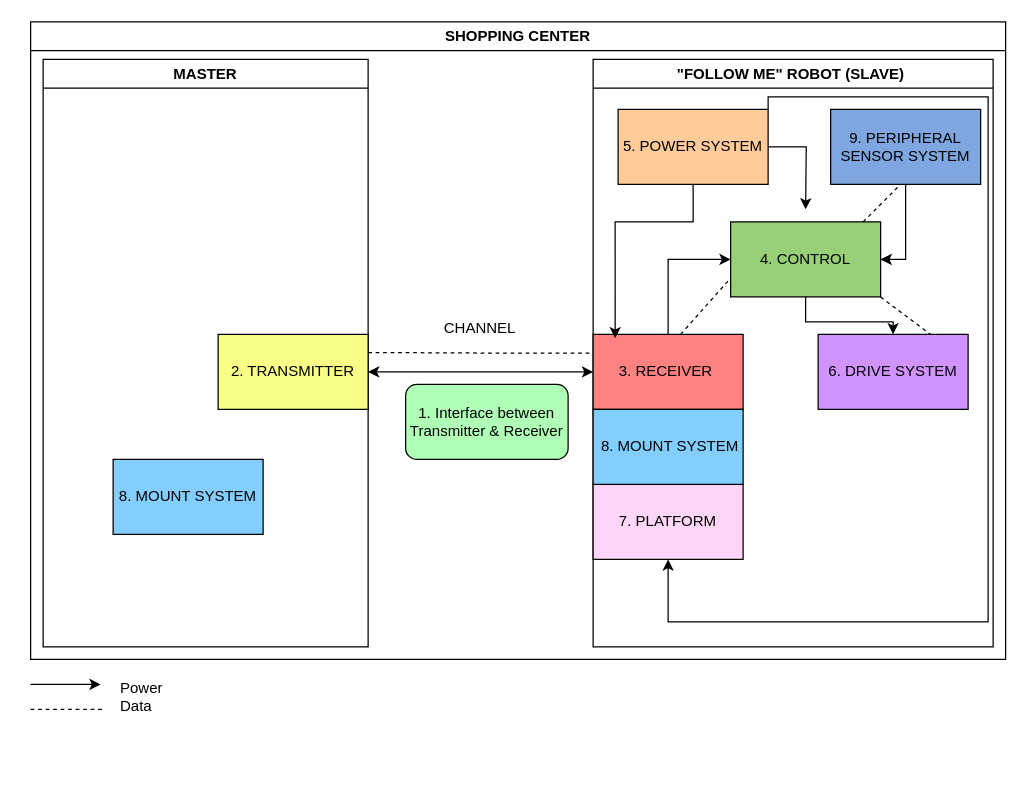
Above: page "Page-1" (1 of 3) of diagrams/blockdiagramdesign.drawio in BowieJames/FollowMe (draw.io), before the change. Source tidied: cells renumbered, new cells numbered last; positions are measured from the earlier drawing's top-left corner, leaving out a move shared by most shapes. Both pictures are drawn from the tidied source at 125%, with x=0, y=0 at pixel (30, 21).
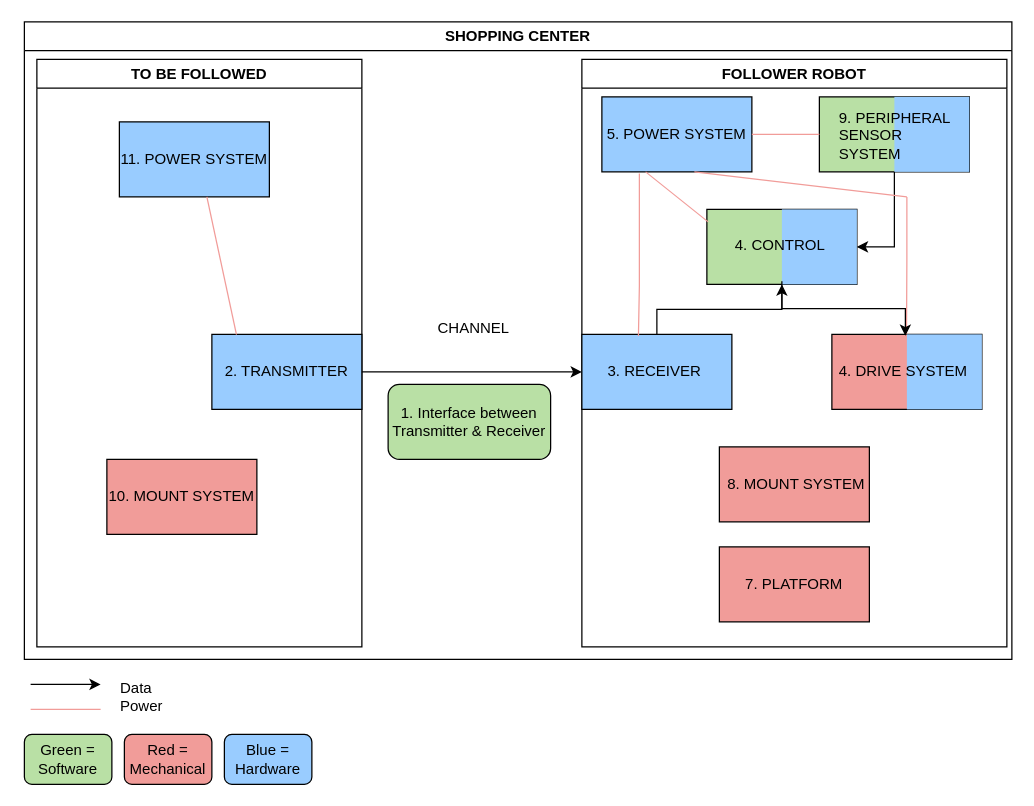
After the change.

Diff of the diagram source:
```diff
@@
-    <mxCell id="2" value="SHOPPING CENTER" style="swimlane;whiteSpace=wrap;html=1;" parent="1" vertex="1">
-      <mxGeometry width="780" height="510" as="geometry" />
+    <mxCell id="2" value="SHOPPING CENTER" style="swimlane;whiteSpace=wrap;html=1;fillColor=#FFFFFF;" parent="1" vertex="1">
+      <mxGeometry x="-5" width="790" height="510" as="geometry" />
     </mxCell>
-    <mxCell id="3" value="MASTER" style="swimlane;whiteSpace=wrap;html=1;startSize=23;" parent="2" vertex="1">
+    <mxCell id="3" value="TO BE FOLLOWED" style="swimlane;whiteSpace=wrap;html=1;startSize=23;fillColor=#FFFFFF;" parent="2" vertex="1">
       <mxGeometry x="10" y="30" width="260" height="470" as="geometry" />
     </mxCell>
-    <mxCell id="4" value="2. TRANSMITTER" style="rounded=0;whiteSpace=wrap;html=1;fillColor=#F9FF84;" parent="3" vertex="1">
+    <mxCell id="4" value="2. TRANSMITTER" style="rounded=0;whiteSpace=wrap;html=1;fillColor=#99CCFF;" parent="3" vertex="1">
       <mxGeometry x="140" y="220" width="120" height="60" as="geometry" />
     </mxCell>
-    <mxCell id="5" value="8. MOUNT SYSTEM" style="rounded=0;whiteSpace=wrap;html=1;fillColor=#82CEFF;" parent="3" vertex="1">
+    <mxCell id="5" value="10. MOUNT SYSTEM" style="rounded=0;whiteSpace=wrap;html=1;fillColor=#F19C99;" parent="3" vertex="1">
       <mxGeometry x="56" y="320" width="120" height="60" as="geometry" />
     </mxCell>
+    <mxCell id="30" style="endArrow=classic;html=1;rounded=0;entryX=0;entryY=0.5;entryDx=0;entryDy=0;" parent="3" edge="1" target="8">
+      <mxGeometry relative="1" as="geometry">
+        <mxPoint x="260" y="250" as="sourcePoint" />
+      </mxGeometry>
+    </mxCell>
+    <mxCell id="31" value="11. POWER SYSTEM" style="rounded=0;whiteSpace=wrap;html=1;fillColor=#99CCFF;" parent="3" vertex="1">
+      <mxGeometry x="66" y="50" width="120" height="60" as="geometry" />
+    </mxCell>
+    <mxCell id="32" style="endArrow=none;html=1;rounded=0;fillColor=#F19C99;strokeColor=#F19C99;exitX=0.376;exitY=1.062;exitDx=0;exitDy=0;exitPerimeter=0;entryX=0.164;entryY=0.003;entryDx=0;entryDy=0;entryPerimeter=0;" parent="3" edge="1" target="4">
+      <mxGeometry relative="1" as="geometry">
+        <mxPoint x="136" y="110" as="sourcePoint" />
+      </mxGeometry>
+    </mxCell>
-    <mxCell id="6" value="&quot;FOLLOW ME&quot; ROBOT (SLAVE)&amp;nbsp;" style="swimlane;whiteSpace=wrap;html=1;" parent="2" vertex="1">
-      <mxGeometry x="450" y="30" width="320" height="470" as="geometry" />
+    <mxCell id="6" value="FOLLOWER ROBOT" style="swimlane;whiteSpace=wrap;html=1;fillColor=none;" parent="2" vertex="1">
+      <mxGeometry x="446" y="30" width="340" height="470" as="geometry" />
     </mxCell>
-    <mxCell id="7" style="edgeStyle=orthogonalEdgeStyle;rounded=0;jettySize=auto;html=1;entryX=0;entryY=0.5;entryDx=0;entryDy=0;" parent="6" edge="1" source="8" target="10">
+    <mxCell id="7" style="edgeStyle=orthogonalEdgeStyle;rounded=0;jettySize=auto;html=1;entryX=0.5;entryY=1;entryDx=0;entryDy=0;" parent="6" edge="1" source="8" target="10">
       <mxGeometry relative="1" as="geometry" />
     </mxCell>
-    <mxCell id="8" value="3. RECEIVER&amp;nbsp;" style="rounded=0;whiteSpace=wrap;html=1;fillColor=#FF8282;" parent="6" vertex="1">
+    <mxCell id="8" value="3. RECEIVER&amp;nbsp;" style="rounded=0;whiteSpace=wrap;html=1;fillColor=#99CCFF;" parent="6" vertex="1">
       <mxGeometry y="220" width="120" height="60" as="geometry" />
     </mxCell>
-    <mxCell id="9" style="edgeStyle=orthogonalEdgeStyle;rounded=0;jettySize=auto;html=1;entryX=0.5;entryY=0;entryDx=0;entryDy=0;" parent="6" edge="1" source="10" target="17">
-      <mxGeometry relative="1" as="geometry" />
-    </mxCell>
-    <mxCell id="10" value="4. CONTROL" style="rounded=0;whiteSpace=wrap;html=1;fillColor=#97D077;" parent="6" vertex="1">
-      <mxGeometry x="110" y="130" width="120" height="60" as="geometry" />
+    <mxCell id="10" style="rounded=0;whiteSpace=wrap;html=1;fillColor=#B9E0A5;" parent="6" vertex="1">
+      <mxGeometry x="100" y="120" width="120" height="60" as="geometry" />
     </mxCell>
-    <mxCell id="11" style="edgeStyle=orthogonalEdgeStyle;rounded=0;jettySize=auto;html=1;" parent="6" edge="1" source="13">
-      <mxGeometry relative="1" as="geometry">
-        <mxPoint x="170" y="120" as="targetPoint" />
-      </mxGeometry>
-    </mxCell>
-    <mxCell id="12" style="edgeStyle=orthogonalEdgeStyle;rounded=0;jettySize=auto;html=1;exitX=1;exitY=0;exitDx=0;exitDy=0;" parent="6" edge="1" source="13" target="15">
-      <mxGeometry relative="1" as="geometry">
-        <Array as="points">
-          <mxPoint x="140" y="30" />
-          <mxPoint x="316" y="30" />
-          <mxPoint x="316" y="450" />
-          <mxPoint x="60" y="450" />
-        </Array>
-      </mxGeometry>
-    </mxCell>
-    <mxCell id="13" value="5. POWER SYSTEM" style="rounded=0;whiteSpace=wrap;html=1;fillColor=#FFCC99;" parent="6" vertex="1">
-      <mxGeometry x="20" y="40" width="120" height="60" as="geometry" />
+    <mxCell id="13" value="5. POWER SYSTEM" style="rounded=0;whiteSpace=wrap;html=1;fillColor=#99CCFF;" parent="6" vertex="1">
+      <mxGeometry x="16" y="30" width="120" height="60" as="geometry" />
     </mxCell>
-    <mxCell id="14" style="edgeStyle=orthogonalEdgeStyle;rounded=0;jettySize=auto;html=1;entryX=0.147;entryY=0.053;entryDx=0;entryDy=0;entryPerimeter=0;" parent="6" edge="1" source="13" target="8">
-      <mxGeometry relative="1" as="geometry">
-        <Array as="points">
-          <mxPoint x="80" y="130" />
-          <mxPoint x="18" y="130" />
-        </Array>
-      </mxGeometry>
-    </mxCell>
-    <mxCell id="15" value="7. PLATFORM" style="rounded=0;whiteSpace=wrap;html=1;fillColor=#FFD6F7;" parent="6" vertex="1">
-      <mxGeometry y="340" width="120" height="60" as="geometry" />
+    <mxCell id="15" value="7. PLATFORM" style="rounded=0;whiteSpace=wrap;html=1;fillColor=#F19C99;" parent="6" vertex="1">
+      <mxGeometry x="110" y="390" width="120" height="60" as="geometry" />
     </mxCell>
-    <mxCell id="16" value="&amp;nbsp;8. MOUNT SYSTEM" style="rounded=0;whiteSpace=wrap;html=1;fillColor=#82CEFF;" parent="6" vertex="1">
-      <mxGeometry y="280" width="120" height="60" as="geometry" />
+    <mxCell id="16" value="&amp;nbsp;8. MOUNT SYSTEM" style="rounded=0;whiteSpace=wrap;html=1;fillColor=#F19C99;" parent="6" vertex="1">
+      <mxGeometry x="110" y="310" width="120" height="60" as="geometry" />
     </mxCell>
-    <mxCell id="17" value="6. DRIVE SYSTEM" style="rounded=0;whiteSpace=wrap;html=1;fillColor=#D194FF;" parent="6" vertex="1">
-      <mxGeometry x="180" y="220" width="120" height="60" as="geometry" />
+    <mxCell id="17" style="rounded=0;whiteSpace=wrap;html=1;fillColor=#F19C99;" parent="6" vertex="1">
+      <mxGeometry x="200" y="220" width="120" height="60" as="geometry" />
     </mxCell>
-    <mxCell id="18" style="edgeStyle=orthogonalEdgeStyle;rounded=0;jettySize=auto;html=1;entryX=1;entryY=0.5;entryDx=0;entryDy=0;" parent="6" edge="1" source="19" target="10">
-      <mxGeometry relative="1" as="geometry" />
-    </mxCell>
+    <mxCell id="33" style="edgeStyle=orthogonalEdgeStyle;rounded=0;jettySize=auto;html=1;entryX=1;entryY=0.5;entryDx=0;entryDy=0;" parent="6" edge="1" source="19" target="42">
+      <mxGeometry relative="1" as="geometry" />
+    </mxCell>
-    <mxCell id="19" value="9. PERIPHERAL SENSOR SYSTEM" style="rounded=0;whiteSpace=wrap;html=1;fillColor=#7EA6E0;" parent="6" vertex="1">
-      <mxGeometry x="190" y="40" width="120" height="60" as="geometry" />
+    <mxCell id="19" style="rounded=0;whiteSpace=wrap;html=1;fillColor=#B9E0A5;" parent="6" vertex="1">
+      <mxGeometry x="190" y="30" width="120" height="60" as="geometry" />
     </mxCell>
-    <mxCell id="20" style="endArrow=none;dashed=1;html=1;rounded=0;entryX=0;entryY=0.75;entryDx=0;entryDy=0;" parent="6" edge="1" target="10">
-      <mxGeometry relative="1" as="geometry">
-        <mxPoint x="70" y="220" as="sourcePoint" />
-      </mxGeometry>
-    </mxCell>
-    <mxCell id="21" style="endArrow=none;dashed=1;html=1;rounded=0;" parent="6" edge="1">
-      <mxGeometry relative="1" as="geometry">
-        <mxPoint x="216" y="130" as="sourcePoint" />
-        <mxPoint x="246" y="100" as="targetPoint" />
-      </mxGeometry>
-    </mxCell>
-    <mxCell id="22" style="endArrow=none;dashed=1;html=1;rounded=0;entryX=0.75;entryY=0;entryDx=0;entryDy=0;" parent="6" edge="1" target="17">
-      <mxGeometry relative="1" as="geometry">
-        <mxPoint x="230" y="190" as="sourcePoint" />
-      </mxGeometry>
-    </mxCell>
+    <mxCell id="34" style="endArrow=none;html=1;rounded=0;fillColor=#F19C99;strokeColor=#F19C99;" parent="6" edge="1">
+      <mxGeometry relative="1" as="geometry">
+        <mxPoint x="51" y="90" as="sourcePoint" />
+        <mxPoint x="101" y="130" as="targetPoint" />
+      </mxGeometry>
+    </mxCell>
+    <mxCell id="35" style="endArrow=none;html=1;rounded=0;fillColor=#F19C99;strokeColor=#F19C99;entryX=0;entryY=0.5;entryDx=0;entryDy=0;" parent="6" edge="1" target="19">
+      <mxGeometry relative="1" as="geometry">
+        <mxPoint x="136" y="60" as="sourcePoint" />
+      </mxGeometry>
+    </mxCell>
+    <mxCell id="36" style="endArrow=none;html=1;rounded=0;fillColor=#F19C99;strokeColor=#F19C99;exitX=0.25;exitY=1;exitDx=0;exitDy=0;entryX=0.377;entryY=0.022;entryDx=0;entryDy=0;entryPerimeter=0;" parent="6" edge="1" target="8">
+      <mxGeometry relative="1" as="geometry">
+        <mxPoint x="46" y="91.2" as="sourcePoint" />
+        <Array as="points">
+          <mxPoint x="46" y="181.2" />
+        </Array>
+      </mxGeometry>
+    </mxCell>
+    <mxCell id="37" style="endArrow=none;html=1;rounded=0;fillColor=#F19C99;strokeColor=#F19C99;" parent="6" edge="1">
+      <mxGeometry relative="1" as="geometry">
+        <mxPoint x="259.7" y="220" as="sourcePoint" />
+        <mxPoint x="260" y="110" as="targetPoint" />
+        <Array as="points">
+          <mxPoint x="260" y="160" />
+        </Array>
+      </mxGeometry>
+    </mxCell>
+    <mxCell id="38" style="endArrow=none;html=1;rounded=0;fillColor=#F19C99;strokeColor=#F19C99;" parent="6" edge="1">
+      <mxGeometry relative="1" as="geometry">
+        <mxPoint x="90" y="90" as="sourcePoint" />
+        <mxPoint x="260" y="110" as="targetPoint" />
+      </mxGeometry>
+    </mxCell>
+    <mxCell id="39" style="rounded=0;whiteSpace=wrap;html=1;fillColor=#99CCFF;shadow=0;strokeColor=none;" parent="6" vertex="1">
+      <mxGeometry x="250" y="30" width="60" height="60" as="geometry" />
+    </mxCell>
+    <mxCell id="40" value="&lt;span style=&quot;text-align: center;&quot;&gt;9. PERIPHERAL SENSOR SYSTEM&lt;/span&gt;" style="text;strokeColor=none;fillColor=none;align=left;verticalAlign=middle;spacingLeft=4;spacingRight=4;overflow=hidden;whiteSpace=wrap;html=1;" parent="6" vertex="1">
+      <mxGeometry x="200" y="37.5" width="100" height="45" as="geometry" />
+    </mxCell>
+    <mxCell id="41" style="rounded=0;whiteSpace=wrap;html=1;fillColor=#99CCFF;strokeColor=none;" parent="6" vertex="1">
+      <mxGeometry x="260" y="220" width="60" height="60" as="geometry" />
+    </mxCell>
+    <mxCell id="42" style="rounded=0;whiteSpace=wrap;html=1;fillColor=#99CCFF;strokeColor=none;" parent="6" vertex="1">
+      <mxGeometry x="160" y="120" width="60" height="60" as="geometry" />
+    </mxCell>
+    <mxCell id="43" style="edgeStyle=orthogonalEdgeStyle;rounded=0;jettySize=auto;html=1;" parent="6" edge="1" source="44" target="45">
+      <mxGeometry relative="1" as="geometry" />
+    </mxCell>
+    <mxCell id="44" value="4. CONTROL&amp;nbsp;" style="text;html=1;align=center;verticalAlign=middle;whiteSpace=wrap;rounded=0;" parent="6" vertex="1">
+      <mxGeometry x="112.5" y="120" width="95" height="57.5" as="geometry" />
+    </mxCell>
+    <mxCell id="45" value="4. DRIVE SYSTEM&amp;nbsp;" style="text;html=1;align=center;verticalAlign=middle;whiteSpace=wrap;rounded=0;" parent="6" vertex="1">
+      <mxGeometry x="200" y="221.2" width="117.5" height="57.5" as="geometry" />
+    </mxCell>
@@
-    <mxCell id="24" style="endArrow=classic;startArrow=classic;html=1;rounded=0;entryX=0;entryY=0.5;entryDx=0;entryDy=0;" parent="2" edge="1" target="8">
-      <mxGeometry relative="1" as="geometry">
-        <mxPoint x="270" y="280" as="sourcePoint" />
-      </mxGeometry>
-    </mxCell>
-    <mxCell id="25" value="1. Interface between Transmitter &amp;amp; Receiver" style="rounded=1;whiteSpace=wrap;html=1;fillColor=#AFFFB6;" parent="2" vertex="1">
-      <mxGeometry x="300" y="290" width="130" height="60" as="geometry" />
+    <mxCell id="25" value="1. Interface between Transmitter &amp;amp; Receiver" style="rounded=1;whiteSpace=wrap;html=1;fillColor=#B9E0A5;" parent="2" vertex="1">
+      <mxGeometry x="291" y="290" width="130" height="60" as="geometry" />
     </mxCell>
-    <mxCell id="26" style="endArrow=none;dashed=1;html=1;rounded=0;entryX=0;entryY=0.25;entryDx=0;entryDy=0;" parent="2" edge="1" target="8">
-      <mxGeometry relative="1" as="geometry">
-        <mxPoint x="270" y="264.5" as="sourcePoint" />
-        <Array as="points">
-          <mxPoint x="376" y="265" />
-        </Array>
-      </mxGeometry>
-    </mxCell>
@@
-    <mxCell id="28" style="endArrow=none;dashed=1;html=1;rounded=0;" parent="1" edge="1">
-      <mxGeometry relative="1" as="geometry">
-        <mxPoint y="550" as="sourcePoint" />
-        <mxPoint x="60" y="550" as="targetPoint" />
-      </mxGeometry>
-    </mxCell>
-    <mxCell id="29" value="Power&lt;div&gt;&lt;div&gt;&lt;span style=&quot;background-color: transparent; color: light-dark(rgb(0, 0, 0), rgb(255, 255, 255));&quot;&gt;Data&lt;/span&gt;&lt;/div&gt;&lt;/div&gt;" style="text;strokeColor=none;fillColor=none;align=left;verticalAlign=middle;spacingLeft=4;spacingRight=4;overflow=hidden;whiteSpace=wrap;html=1;" parent="1" vertex="1">
+    <mxCell id="29" value="Data&lt;div&gt;Power&lt;/div&gt;" style="text;strokeColor=none;fillColor=none;align=left;verticalAlign=middle;spacingLeft=4;spacingRight=4;overflow=hidden;whiteSpace=wrap;html=1;" parent="1" vertex="1">
       <mxGeometry x="66" y="520" width="60" height="40" as="geometry" />
     </mxCell>
+    <mxCell id="46" value="Green = Software" style="rounded=1;whiteSpace=wrap;html=1;fillColor=#B9E0A5;" parent="1" vertex="1">
+      <mxGeometry x="-5" y="570" width="70" height="40" as="geometry" />
+    </mxCell>
+    <mxCell id="47" value="Red = Mechanical" style="rounded=1;whiteSpace=wrap;html=1;fillColor=#F19C99;" parent="1" vertex="1">
+      <mxGeometry x="75" y="570" width="70" height="40" as="geometry" />
+    </mxCell>
+    <mxCell id="48" value="Blue = Hardware" style="rounded=1;whiteSpace=wrap;html=1;fillColor=#99CCFF;" parent="1" vertex="1">
+      <mxGeometry x="155" y="570" width="70" height="40" as="geometry" />
+    </mxCell>
+    <mxCell id="49" style="endArrow=none;html=1;rounded=0;fillColor=#F19C99;strokeColor=#F19C99;" parent="1" edge="1">
+      <mxGeometry relative="1" as="geometry">
+        <mxPoint y="550" as="sourcePoint" />
+        <mxPoint x="56" y="550" as="targetPoint" />
+      </mxGeometry>
+    </mxCell>
```
